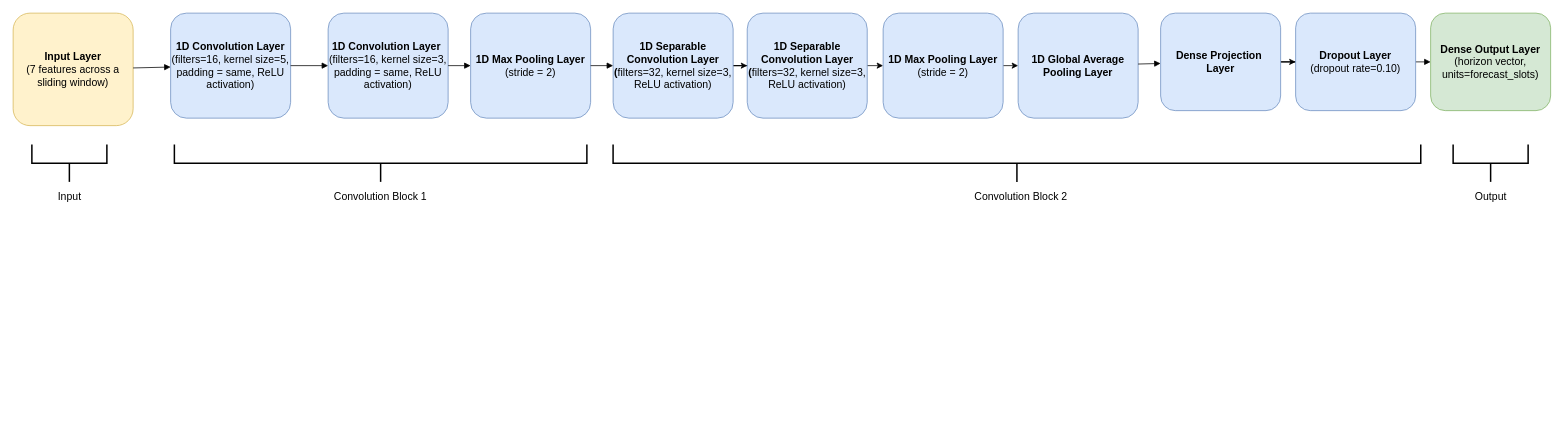
This is page "1D CNN Model" (7 of 9) of tinyml_home_weather_forecasting.drawio from rishi-latchmepersad/TinyML-Home-Weather-Forecasting, a draw.io file, before an edit. Source tidied: cells renumbered, new cells numbered last; positions are measured from the earlier drawing's top-left corner, leaving out a move shared by most shapes. Both pictures are drawn from the tidied source at 75%, with x=0, y=0 at pixel (13, -241).
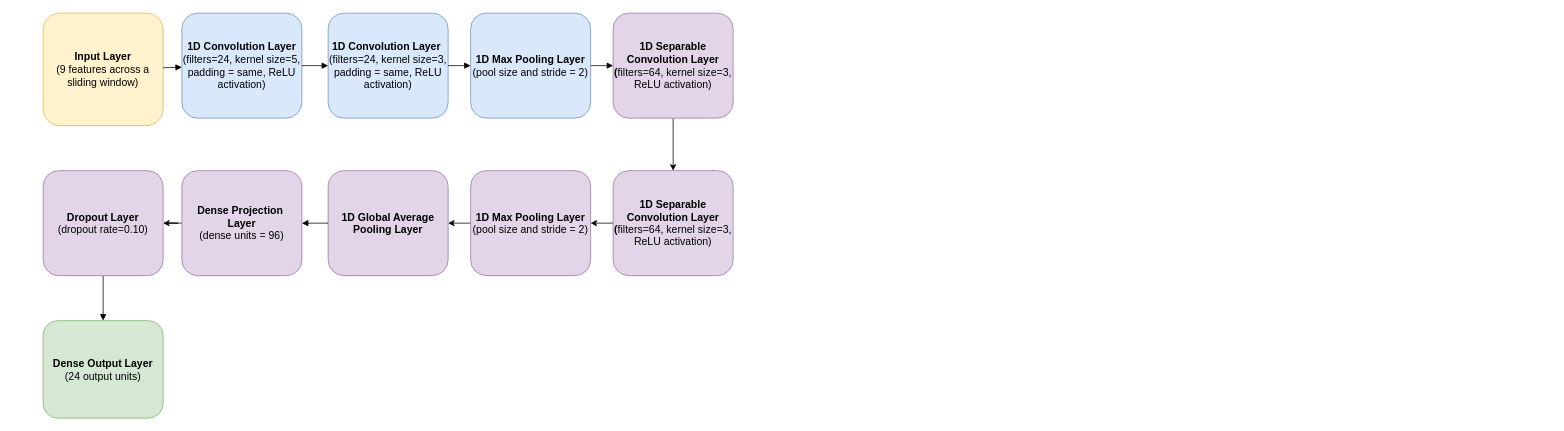
Above is the later version.

The edit, as a diff of the source:
```diff
@@
-    <mxCell id="2" value="&lt;b&gt;Input Layer&lt;/b&gt;&lt;div&gt;(7 features across a sliding window)&lt;/div&gt;" style="rounded=1;whiteSpace=wrap;html=1;fillColor=#fff2cc;strokeColor=#d6b656;fontSize=14;" parent="1" vertex="1">
-      <mxGeometry y="338" width="160" height="150" as="geometry" />
+    <mxCell id="2" value="&lt;b&gt;Input Layer&lt;/b&gt;&lt;div&gt;(9 features across a sliding window)&lt;/div&gt;" style="rounded=1;whiteSpace=wrap;html=1;fillColor=#fff2cc;strokeColor=#d6b656;fontSize=14;" parent="1" vertex="1">
+      <mxGeometry x="40" y="338" width="160" height="150" as="geometry" />
     </mxCell>
-    <mxCell id="3" value="&lt;b&gt;1D Convolution Layer&lt;/b&gt; (filters=16, kernel size=5, padding = same, ReLU activation)" style="rounded=1;whiteSpace=wrap;html=1;fillColor=#dae8fc;strokeColor=#6c8ebf;fontSize=14;" parent="1" vertex="1">
-      <mxGeometry x="210" y="338" width="160" height="140" as="geometry" />
+    <mxCell id="3" value="&lt;b&gt;1D Convolution Layer&lt;/b&gt; (filters=24, kernel size=5, padding = same, ReLU activation)" style="rounded=1;whiteSpace=wrap;html=1;fillColor=#dae8fc;strokeColor=#6c8ebf;fontSize=14;" parent="1" vertex="1">
+      <mxGeometry x="225" y="338" width="160" height="140" as="geometry" />
     </mxCell>
-    <mxCell id="4" value="&lt;b&gt;1D Convolution Layer&lt;/b&gt;&amp;nbsp;&lt;div&gt;(filters=16, kernel size=3, padding = same, ReLU activation)&lt;/div&gt;" style="rounded=1;whiteSpace=wrap;html=1;fillColor=#dae8fc;strokeColor=#6c8ebf;fontSize=14;" parent="1" vertex="1">
+    <mxCell id="4" value="&lt;b&gt;1D Convolution Layer&lt;/b&gt;&amp;nbsp;&lt;div&gt;(filters=24, kernel size=3, padding = same, ReLU activation)&lt;/div&gt;" style="rounded=1;whiteSpace=wrap;html=1;fillColor=#dae8fc;strokeColor=#6c8ebf;fontSize=14;" parent="1" vertex="1">
       <mxGeometry x="420" y="338" width="160" height="140" as="geometry" />
     </mxCell>
-    <mxCell id="5" value="&lt;b&gt;1D Max Pooling Layer&lt;/b&gt;&lt;div&gt;(stride = 2)&lt;/div&gt;" style="rounded=1;whiteSpace=wrap;html=1;fillColor=#dae8fc;strokeColor=#6c8ebf;fontSize=14;" parent="1" vertex="1">
+    <mxCell id="5" value="&lt;b&gt;1D Max Pooling Layer&lt;/b&gt;&lt;div&gt;(pool size and stride = 2)&lt;/div&gt;" style="rounded=1;whiteSpace=wrap;html=1;fillColor=#dae8fc;strokeColor=#6c8ebf;fontSize=14;" parent="1" vertex="1">
       <mxGeometry x="610" y="338" width="160" height="140" as="geometry" />
     </mxCell>
-    <mxCell id="6" style="edgeStyle=orthogonalEdgeStyle;rounded=0;jettySize=auto;html=1;entryX=0;entryY=0.5;entryDx=0;entryDy=0;" parent="1" edge="1" source="7" target="27">
+    <mxCell id="6" style="edgeStyle=orthogonalEdgeStyle;rounded=0;jettySize=auto;html=1;entryX=0.5;entryY=0;entryDx=0;entryDy=0;" parent="1" edge="1" source="7" target="27">
       <mxGeometry relative="1" as="geometry" />
     </mxCell>
-    <mxCell id="7" value="&lt;b&gt;1D Separable Convolution Layer (&lt;/b&gt;filters=32, kernel size=3, ReLU activation)" style="rounded=1;whiteSpace=wrap;html=1;fillColor=#dae8fc;strokeColor=#6c8ebf;fontSize=14;" parent="1" vertex="1">
+    <mxCell id="7" value="&lt;b&gt;1D Separable Convolution Layer (&lt;/b&gt;filters=64, kernel size=3, ReLU activation)" style="rounded=1;whiteSpace=wrap;html=1;fillColor=#e1d5e7;strokeColor=#9673a6;fontSize=14;" parent="1" vertex="1">
       <mxGeometry x="800" y="338" width="160" height="140" as="geometry" />
     </mxCell>
-    <mxCell id="8" value="&lt;b&gt;1D Global Average Pooling Layer&lt;/b&gt;" style="rounded=1;whiteSpace=wrap;html=1;fillColor=#dae8fc;strokeColor=#6c8ebf;fontSize=14;" parent="1" vertex="1">
-      <mxGeometry x="1340" y="338" width="160" height="140" as="geometry" />
+    <mxCell id="8" value="&lt;b&gt;1D Global Average Pooling Layer&lt;/b&gt;" style="rounded=1;whiteSpace=wrap;html=1;fillColor=#e1d5e7;strokeColor=#9673a6;fontSize=14;" parent="1" vertex="1">
+      <mxGeometry x="420" y="548" width="160" height="140" as="geometry" />
     </mxCell>
-    <mxCell id="9" style="edgeStyle=orthogonalEdgeStyle;rounded=0;jettySize=auto;html=1;exitX=1;exitY=0.5;exitDx=0;exitDy=0;" parent="1" edge="1" source="10" target="30">
+    <mxCell id="9" style="edgeStyle=orthogonalEdgeStyle;rounded=0;jettySize=auto;html=1;exitX=0;exitY=0.5;exitDx=0;exitDy=0;" parent="1" edge="1" source="10" target="30">
       <mxGeometry relative="1" as="geometry" />
     </mxCell>
-    <mxCell id="10" value="&lt;b&gt;Dense Projection&amp;nbsp;&lt;/b&gt;&lt;div&gt;&lt;b&gt;Layer&lt;/b&gt;&lt;/div&gt;" style="rounded=1;whiteSpace=wrap;html=1;fillColor=#dae8fc;strokeColor=#6c8ebf;fontSize=14;" parent="1" vertex="1">
-      <mxGeometry x="1530" y="338" width="160" height="130" as="geometry" />
+    <mxCell id="10" value="&lt;b&gt;Dense Projection&amp;nbsp;&lt;/b&gt;&lt;div&gt;&lt;b&gt;Layer&lt;/b&gt;&lt;/div&gt;&lt;div&gt;(dense units = 96)&lt;/div&gt;" style="rounded=1;whiteSpace=wrap;html=1;fillColor=#e1d5e7;strokeColor=#9673a6;fontSize=14;" parent="1" vertex="1">
+      <mxGeometry x="225" y="548" width="160" height="140" as="geometry" />
     </mxCell>
-    <mxCell id="11" value="&lt;b&gt;Dense Output Layer&lt;/b&gt;&lt;div&gt;(horizon vector, units=forecast_slots)&lt;/div&gt;" style="rounded=1;whiteSpace=wrap;html=1;fillColor=#d5e8d4;strokeColor=#82b366;fontSize=14;" parent="1" vertex="1">
-      <mxGeometry x="1890" y="338" width="160" height="130" as="geometry" />
+    <mxCell id="11" value="&lt;b&gt;Dense Output Layer&lt;/b&gt;&lt;div&gt;(24 output units)&lt;/div&gt;" style="rounded=1;whiteSpace=wrap;html=1;fillColor=#d5e8d4;strokeColor=#82b366;fontSize=14;" parent="1" vertex="1">
+      <mxGeometry x="40" y="748" width="160" height="130" as="geometry" />
     </mxCell>
@@
-    <mxCell id="17" style="endArrow=block;html=1;rounded=0;strokeColor=#000000;" parent="1" edge="1" target="11">
-      <mxGeometry relative="1" as="geometry">
-        <mxPoint x="1870" y="403" as="sourcePoint" />
-      </mxGeometry>
+    <mxCell id="17" style="endArrow=block;html=1;rounded=0;strokeColor=#000000;entryX=0.5;entryY=0;entryDx=0;entryDy=0;exitX=0.5;exitY=1;exitDx=0;exitDy=0;" parent="1" edge="1" source="30" target="11">
+      <mxGeometry relative="1" as="geometry" />
     </mxCell>
-    <mxCell id="18" style="strokeWidth=2;html=1;shape=mxgraph.flowchart.annotation_2;align=left;labelPosition=right;rotation=-90;" parent="1" vertex="1">
-      <mxGeometry x="50" y="488" width="50" height="100" as="geometry" />
-    </mxCell>
-    <mxCell id="19" value="Input" style="text;html=1;align=center;verticalAlign=middle;whiteSpace=wrap;rounded=0;fontSize=14;" parent="1" vertex="1">
-      <mxGeometry x="32.5" y="568" width="85" height="30" as="geometry" />
-    </mxCell>
-    <mxCell id="20" style="strokeWidth=2;html=1;shape=mxgraph.flowchart.annotation_2;align=left;labelPosition=right;rotation=-90;" parent="1" vertex="1">
-      <mxGeometry x="465" y="263" width="50" height="550" as="geometry" />
-    </mxCell>
-    <mxCell id="21" value="Convolution Block 1" style="text;html=1;align=center;verticalAlign=middle;whiteSpace=wrap;rounded=0;fontSize=14;" parent="1" vertex="1">
-      <mxGeometry x="426.2" y="568" width="127.5" height="30" as="geometry" />
-    </mxCell>
-    <mxCell id="22" style="strokeWidth=2;html=1;shape=mxgraph.flowchart.annotation_2;align=left;labelPosition=right;rotation=-90;" parent="1" vertex="1">
-      <mxGeometry x="1313.4" y="-0.4" width="50" height="1076.9" as="geometry" />
-    </mxCell>
-    <mxCell id="23" value="Convolution Block 2" style="text;html=1;align=center;verticalAlign=middle;whiteSpace=wrap;rounded=0;fontSize=14;" parent="1" vertex="1">
-      <mxGeometry x="1280" y="568" width="127.5" height="30" as="geometry" />
-    </mxCell>
-    <mxCell id="24" style="strokeWidth=2;html=1;shape=mxgraph.flowchart.annotation_2;align=left;labelPosition=right;rotation=-90;" parent="1" vertex="1">
-      <mxGeometry x="1945" y="488" width="50" height="100" as="geometry" />
-    </mxCell>
-    <mxCell id="25" value="Output" style="text;html=1;align=center;verticalAlign=middle;whiteSpace=wrap;rounded=0;fontSize=14;" parent="1" vertex="1">
-      <mxGeometry x="1927.5" y="568" width="85" height="30" as="geometry" />
-    </mxCell>
-    <mxCell id="26" style="edgeStyle=orthogonalEdgeStyle;rounded=0;jettySize=auto;html=1;exitX=1;exitY=0.5;exitDx=0;exitDy=0;entryX=0;entryY=0.5;entryDx=0;entryDy=0;" parent="1" edge="1" source="27" target="29">
+    <mxCell id="26" style="edgeStyle=orthogonalEdgeStyle;rounded=0;jettySize=auto;html=1;exitX=0;exitY=0.5;exitDx=0;exitDy=0;entryX=1;entryY=0.5;entryDx=0;entryDy=0;" parent="1" edge="1" source="27" target="29">
       <mxGeometry relative="1" as="geometry" />
     </mxCell>
-    <mxCell id="27" value="&lt;b&gt;1D Separable Convolution Layer (&lt;/b&gt;filters=32, kernel size=3, ReLU activation)" style="rounded=1;whiteSpace=wrap;html=1;fillColor=#dae8fc;strokeColor=#6c8ebf;fontSize=14;" parent="1" vertex="1">
-      <mxGeometry x="978.8" y="338" width="160" height="140" as="geometry" />
+    <mxCell id="27" value="&lt;b&gt;1D Separable Convolution Layer (&lt;/b&gt;filters=64, kernel size=3, ReLU activation)" style="rounded=1;whiteSpace=wrap;html=1;fillColor=#e1d5e7;strokeColor=#9673a6;fontSize=14;" parent="1" vertex="1">
+      <mxGeometry x="800" y="548" width="160" height="140" as="geometry" />
     </mxCell>
-    <mxCell id="28" style="edgeStyle=orthogonalEdgeStyle;rounded=0;jettySize=auto;html=1;exitX=1;exitY=0.5;exitDx=0;exitDy=0;entryX=0;entryY=0.5;entryDx=0;entryDy=0;" parent="1" edge="1" source="29" target="8">
+    <mxCell id="28" style="edgeStyle=orthogonalEdgeStyle;rounded=0;jettySize=auto;html=1;exitX=0;exitY=0.5;exitDx=0;exitDy=0;entryX=1;entryY=0.5;entryDx=0;entryDy=0;" parent="1" edge="1" source="29" target="8">
       <mxGeometry relative="1" as="geometry" />
     </mxCell>
-    <mxCell id="29" value="&lt;b&gt;1D Max Pooling Layer&lt;/b&gt;&lt;div&gt;(stride = 2)&lt;/div&gt;" style="rounded=1;whiteSpace=wrap;html=1;fillColor=#dae8fc;strokeColor=#6c8ebf;fontSize=14;" parent="1" vertex="1">
-      <mxGeometry x="1160" y="338" width="160" height="140" as="geometry" />
+    <mxCell id="29" value="&lt;b&gt;1D Max Pooling Layer&lt;/b&gt;&lt;div&gt;(pool size and stride = 2)&lt;/div&gt;" style="rounded=1;whiteSpace=wrap;html=1;fillColor=#e1d5e7;strokeColor=#9673a6;fontSize=14;" parent="1" vertex="1">
+      <mxGeometry x="610" y="548" width="160" height="140" as="geometry" />
     </mxCell>
-    <mxCell id="30" value="&lt;b&gt;Dropout Layer&lt;/b&gt;&lt;div&gt;(dropout rate=0.10)&lt;/div&gt;" style="rounded=1;whiteSpace=wrap;html=1;fillColor=#dae8fc;strokeColor=#6c8ebf;fontSize=14;" parent="1" vertex="1">
-      <mxGeometry x="1710" y="338" width="160" height="130" as="geometry" />
+    <mxCell id="30" value="&lt;b&gt;Dropout Layer&lt;/b&gt;&lt;div&gt;(dropout rate=0.10)&lt;/div&gt;" style="rounded=1;whiteSpace=wrap;html=1;fillColor=#e1d5e7;strokeColor=#9673a6;fontSize=14;" parent="1" vertex="1">
+      <mxGeometry x="40" y="548" width="160" height="140" as="geometry" />
     </mxCell>
```
